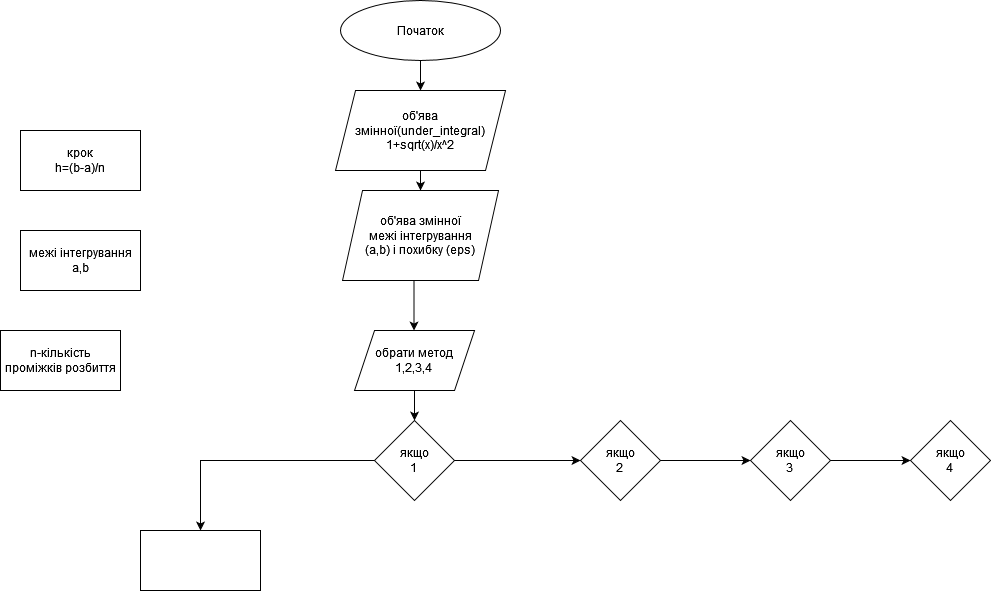
This is Луцкевич_Володимир_РЕ-12_Схема_.drawio.png from VolodymyrLutskevych-PE-12/Lab_2_Volodymyr-Lutskevych_PE-12_-1-, a draw.io export, as it was before one commit. Source tidied: cells renumbered, new cells last; positions are measured from the earlier drawing's top-left corner, leaving out a move shared by most shapes. Source of this version:
```xml
<mxGraphModel>
  <root>
    <mxCell id="0" />
    <mxCell id="1" parent="0" />
    <mxCell id="2" style="edgeStyle=orthogonalEdgeStyle;rounded=0;jettySize=auto;html=1;exitX=0.5;exitY=1;exitDx=0;exitDy=0;entryX=0.5;entryY=0;entryDx=0;entryDy=0;" parent="1" edge="1" source="3" target="9">
      <mxGeometry relative="1" as="geometry" />
    </mxCell>
    <mxCell id="3" value="Початок" style="ellipse;whiteSpace=wrap;html=1;" parent="1" vertex="1">
      <mxGeometry x="340" width="160" height="60" as="geometry" />
    </mxCell>
    <mxCell id="4" style="edgeStyle=orthogonalEdgeStyle;rounded=0;orthogonalLoop=1;jettySize=auto;html=1;exitX=0.5;exitY=1;exitDx=0;exitDy=0;" parent="1" edge="1">
      <mxGeometry relative="1" as="geometry">
        <mxPoint x="413.5" y="280" as="sourcePoint" />
        <mxPoint x="413.5" y="330" as="targetPoint" />
      </mxGeometry>
    </mxCell>
    <mxCell id="5" value="n-кількість проміжків розбиття" style="rounded=0;whiteSpace=wrap;html=1;" parent="1" vertex="1">
      <mxGeometry y="330" width="120" height="60" as="geometry" />
    </mxCell>
    <mxCell id="6" value="&lt;div&gt;межі інтегрування &lt;/div&gt;a,b" style="rounded=0;whiteSpace=wrap;html=1;" parent="1" vertex="1">
      <mxGeometry x="20" y="230" width="120" height="60" as="geometry" />
    </mxCell>
    <mxCell id="7" value="&lt;div&gt;крок&lt;/div&gt;&lt;div&gt;h=(b-a)/n&lt;br&gt;&lt;/div&gt;" style="rounded=0;whiteSpace=wrap;html=1;" parent="1" vertex="1">
      <mxGeometry x="20" y="130" width="120" height="60" as="geometry" />
    </mxCell>
    <mxCell id="8" style="edgeStyle=orthogonalEdgeStyle;rounded=0;jettySize=auto;html=1;exitX=0.5;exitY=1;exitDx=0;exitDy=0;" parent="1" edge="1" source="9" target="10">
      <mxGeometry relative="1" as="geometry" />
    </mxCell>
    <mxCell id="9" value="&lt;div&gt;об'ява змінної(under_integral)&lt;/div&gt;&lt;div&gt;1+sqrt(x)/x^2&lt;br&gt;&lt;/div&gt;" style="shape=parallelogram;perimeter=parallelogramPerimeter;whiteSpace=wrap;html=1;fixedSize=1;" parent="1" vertex="1">
      <mxGeometry x="335" y="90" width="170" height="80" as="geometry" />
    </mxCell>
    <mxCell id="10" value="об'ява змінної &lt;div&gt;межі інтегрування &lt;/div&gt;(a,b) і похибку (eps) " style="shape=parallelogram;perimeter=parallelogramPerimeter;whiteSpace=wrap;html=1;fixedSize=1;" parent="1" vertex="1">
      <mxGeometry x="342" y="190" width="156" height="90" as="geometry" />
    </mxCell>
    <mxCell id="11" style="edgeStyle=orthogonalEdgeStyle;rounded=0;jettySize=auto;html=1;exitX=0.5;exitY=1;exitDx=0;exitDy=0;entryX=0.5;entryY=0;entryDx=0;entryDy=0;" parent="1" edge="1" source="12" target="15">
      <mxGeometry relative="1" as="geometry" />
    </mxCell>
    <mxCell id="12" value="&lt;br&gt;&lt;div&gt;обрати метод&lt;/div&gt;1,2,3,4&lt;br&gt;&lt;br&gt;" style="shape=parallelogram;perimeter=parallelogramPerimeter;whiteSpace=wrap;html=1;fixedSize=1;" parent="1" vertex="1">
      <mxGeometry x="354" y="330" width="120" height="60" as="geometry" />
    </mxCell>
    <mxCell id="13" style="edgeStyle=orthogonalEdgeStyle;rounded=0;jettySize=auto;html=1;exitX=0;exitY=0.5;exitDx=0;exitDy=0;" parent="1" edge="1" source="15" target="16">
      <mxGeometry relative="1" as="geometry" />
    </mxCell>
    <mxCell id="14" style="edgeStyle=orthogonalEdgeStyle;rounded=0;jettySize=auto;html=1;exitX=1;exitY=0.5;exitDx=0;exitDy=0;" parent="1" edge="1" source="15">
      <mxGeometry relative="1" as="geometry">
        <mxPoint x="580" y="460" as="targetPoint" />
      </mxGeometry>
    </mxCell>
    <mxCell id="15" value="&lt;div&gt;якщо&lt;/div&gt;&lt;div&gt;1&lt;br&gt;&lt;/div&gt;" style="rhombus;whiteSpace=wrap;html=1;" parent="1" vertex="1">
      <mxGeometry x="374" y="420" width="80" height="80" as="geometry" />
    </mxCell>
    <mxCell id="16" style="rounded=0;whiteSpace=wrap;html=1;" parent="1" vertex="1">
      <mxGeometry x="140" y="530" width="120" height="60" as="geometry" />
    </mxCell>
    <mxCell id="17" style="edgeStyle=orthogonalEdgeStyle;rounded=0;jettySize=auto;html=1;exitX=1;exitY=0.5;exitDx=0;exitDy=0;" parent="1" edge="1" source="18">
      <mxGeometry relative="1" as="geometry">
        <mxPoint x="750" y="460" as="targetPoint" />
      </mxGeometry>
    </mxCell>
    <mxCell id="18" value="&lt;div&gt;якщо&lt;/div&gt;&lt;div&gt;2&lt;br&gt;&lt;/div&gt;" style="rhombus;whiteSpace=wrap;html=1;" parent="1" vertex="1">
      <mxGeometry x="580" y="420" width="80" height="80" as="geometry" />
    </mxCell>
    <mxCell id="19" style="edgeStyle=orthogonalEdgeStyle;rounded=0;jettySize=auto;html=1;exitX=1;exitY=0.5;exitDx=0;exitDy=0;" parent="1" edge="1" source="20" target="21">
      <mxGeometry relative="1" as="geometry" />
    </mxCell>
    <mxCell id="20" value="&lt;div&gt;якщо&lt;/div&gt;&lt;div&gt;3&lt;br&gt;&lt;/div&gt;" style="rhombus;whiteSpace=wrap;html=1;" parent="1" vertex="1">
      <mxGeometry x="750" y="420" width="80" height="80" as="geometry" />
    </mxCell>
    <mxCell id="21" value="&lt;div&gt;якщо&lt;/div&gt;&lt;div&gt;4&lt;br&gt;&lt;/div&gt;" style="rhombus;whiteSpace=wrap;html=1;" parent="1" vertex="1">
      <mxGeometry x="910" y="420" width="80" height="80" as="geometry" />
    </mxCell>
  </root>
</mxGraphModel>
```
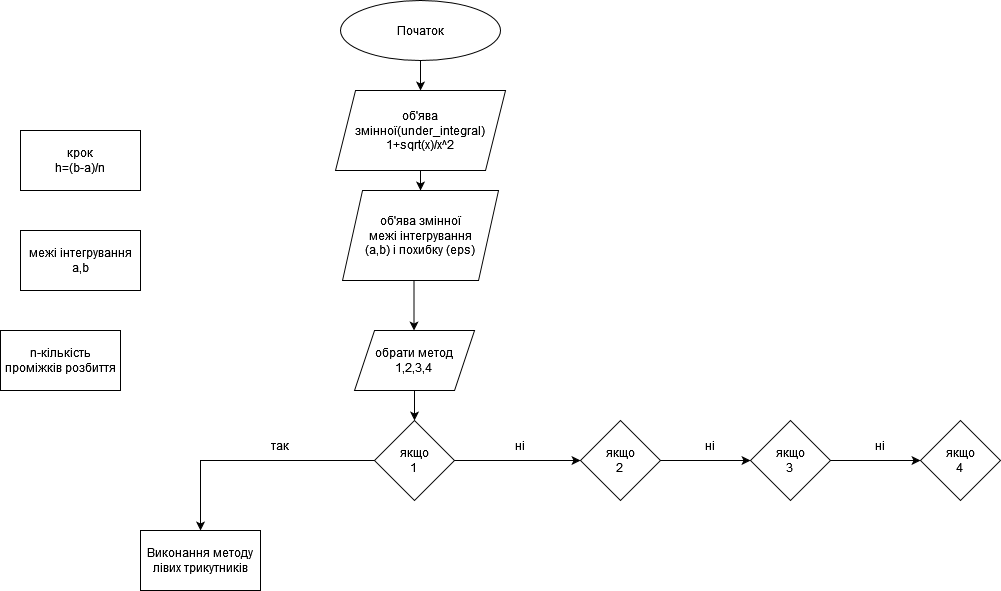
After the change.

The edit, as a diff of the source:
```diff
@@ -49,7 +49,7 @@
     <mxCell id="15" value="&lt;div&gt;якщо&lt;/div&gt;&lt;div&gt;1&lt;br&gt;&lt;/div&gt;" style="rhombus;whiteSpace=wrap;html=1;" parent="1" vertex="1">
       <mxGeometry x="374" y="420" width="80" height="80" as="geometry" />
     </mxCell>
-    <mxCell id="16" style="rounded=0;whiteSpace=wrap;html=1;" parent="1" vertex="1">
+    <mxCell id="16" value="Виконання методу лівих трикутників" style="rounded=0;whiteSpace=wrap;html=1;" parent="1" vertex="1">
       <mxGeometry x="140" y="530" width="120" height="60" as="geometry" />
     </mxCell>
     <mxCell id="17" style="edgeStyle=orthogonalEdgeStyle;rounded=0;jettySize=auto;html=1;exitX=1;exitY=0.5;exitDx=0;exitDy=0;" parent="1" edge="1" source="18">
@@ -67,7 +67,19 @@
       <mxGeometry x="750" y="420" width="80" height="80" as="geometry" />
     </mxCell>
     <mxCell id="21" value="&lt;div&gt;якщо&lt;/div&gt;&lt;div&gt;4&lt;br&gt;&lt;/div&gt;" style="rhombus;whiteSpace=wrap;html=1;" parent="1" vertex="1">
-      <mxGeometry x="910" y="420" width="80" height="80" as="geometry" />
+      <mxGeometry x="920" y="420" width="80" height="80" as="geometry" />
     </mxCell>
+    <mxCell id="22" value="так" style="text;html=1;strokeColor=none;fillColor=none;align=center;verticalAlign=middle;whiteSpace=wrap;rounded=0;" parent="1" vertex="1">
+      <mxGeometry x="250" y="430" width="60" height="30" as="geometry" />
+    </mxCell>
+    <mxCell id="23" value="ні" style="text;html=1;strokeColor=none;fillColor=none;align=center;verticalAlign=middle;whiteSpace=wrap;rounded=0;" parent="1" vertex="1">
+      <mxGeometry x="490" y="430" width="60" height="30" as="geometry" />
+    </mxCell>
+    <mxCell id="24" value="ні" style="text;html=1;strokeColor=none;fillColor=none;align=center;verticalAlign=middle;whiteSpace=wrap;rounded=0;" parent="1" vertex="1">
+      <mxGeometry x="680" y="430" width="60" height="30" as="geometry" />
+    </mxCell>
+    <mxCell id="25" value="ні" style="text;html=1;strokeColor=none;fillColor=none;align=center;verticalAlign=middle;whiteSpace=wrap;rounded=0;" parent="1" vertex="1">
+      <mxGeometry x="850" y="430" width="60" height="30" as="geometry" />
+    </mxCell>
   </root>
 </mxGraphModel>
```
